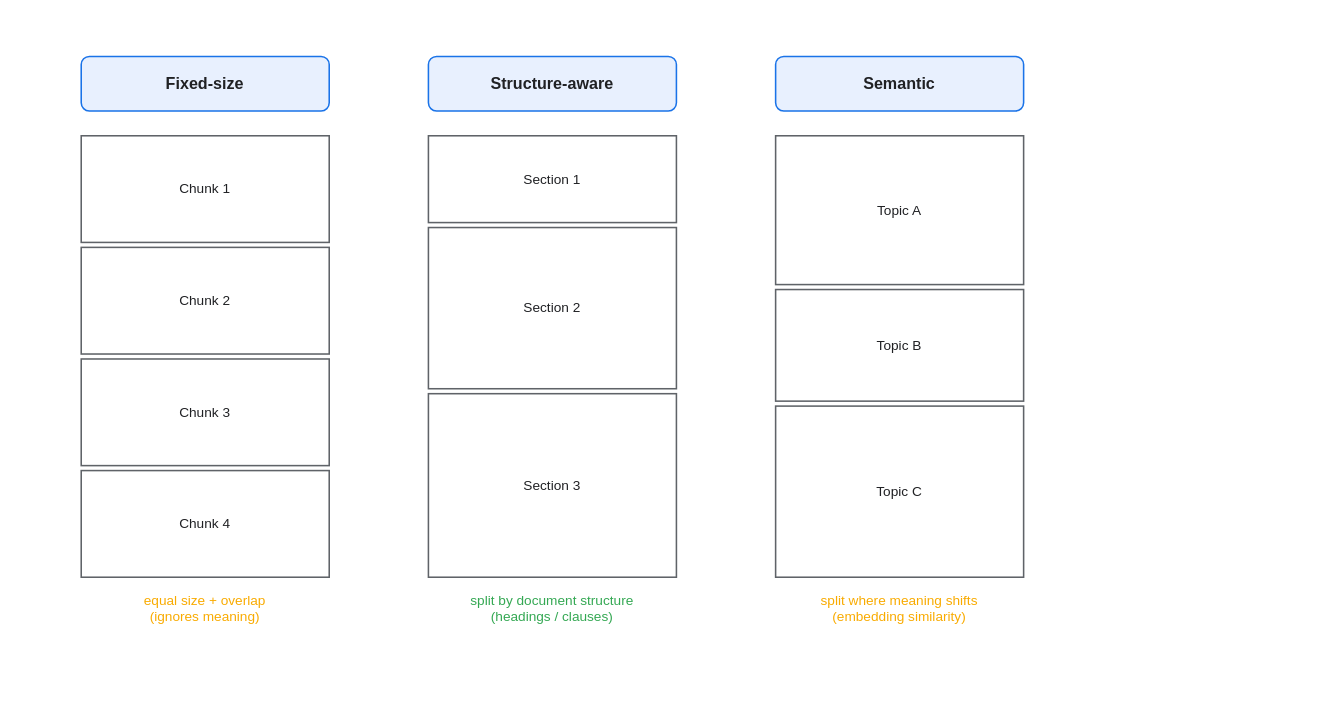
Before: assets/img/ai/rag-02-chunking-strategies.drawio in KKamJi98/kkamji98.github.io, a draw.io diagram. Source tidied: cells renumbered, new cells numbered last; positions are measured from the earlier drawing's top-left corner, leaving out a move shared by most shapes. Both pictures are drawn from the tidied source at 124%, with x=0, y=0 at pixel (81, 56).
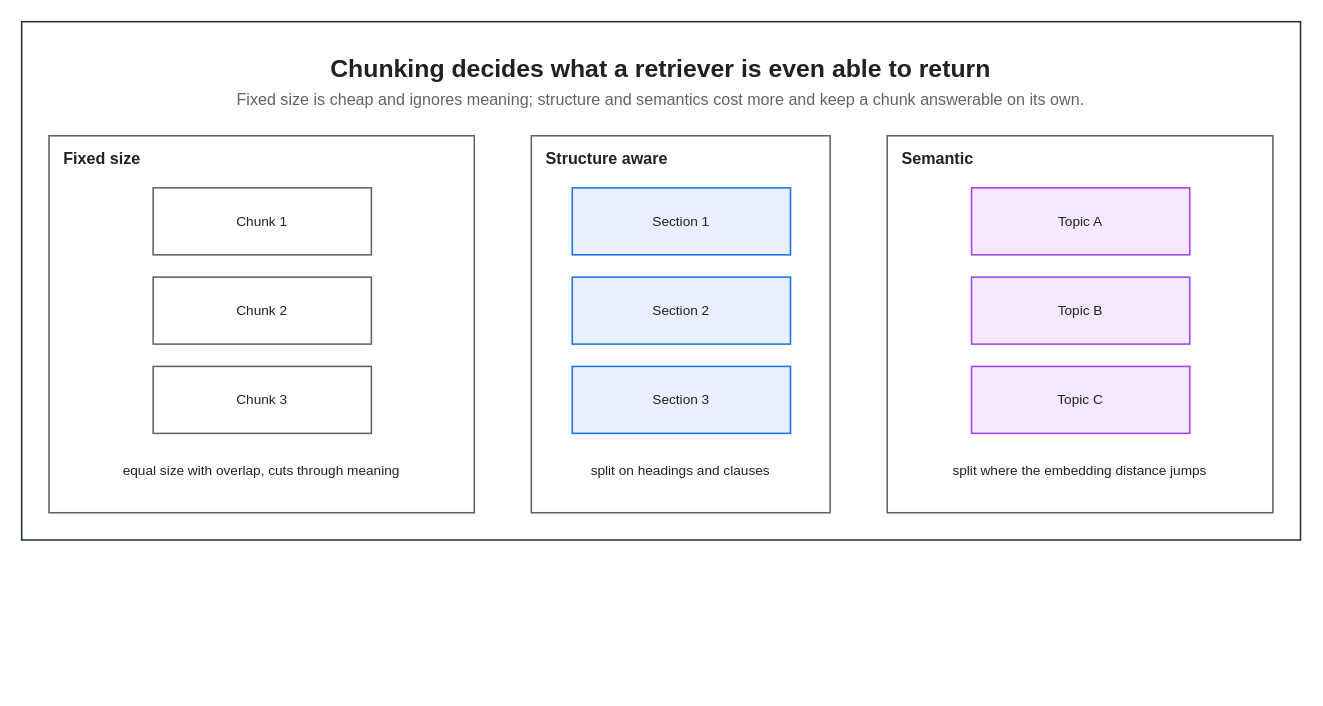
After the change.

The edit, as a diff of the source:
```diff
@@
 <mxGraphModel background="#FFFFFF">
   <root>
     <mxCell id="0" />
     <mxCell id="1" parent="0" />
-    <mxCell id="2" value="Fixed-size" style="rounded=1;whiteSpace=wrap;html=0;fillColor=#E8F0FE;strokeColor=#1A73E8;shadow=0;fontSize=13;fontStyle=1;fontColor=#202124;strokeWidth=1.25;" parent="1" vertex="1">
-      <mxGeometry width="200" height="44" as="geometry" />
-    </mxCell>
-    <mxCell id="3" value="Structure-aware" style="rounded=1;whiteSpace=wrap;html=0;fillColor=#E8F0FE;strokeColor=#1A73E8;shadow=0;fontSize=13;fontStyle=1;fontColor=#202124;strokeWidth=1.25;" parent="1" vertex="1">
-      <mxGeometry x="280" width="200" height="44" as="geometry" />
-    </mxCell>
+    <mxCell id="18" style="rounded=0;html=0;fillColor=none;strokeColor=#232F3E;fontColor=#202124;strokeWidth=1.25;" parent="1" vertex="1">
+      <mxGeometry x="-48" y="-28" width="1031.3" height="418" as="geometry" />
+    </mxCell>
+    <mxCell id="19" value="Chunking decides what a retriever is even able to return" style="text;html=0;whiteSpace=wrap;fillColor=none;strokeColor=none;fontColor=#202124;fontSize=20;fontStyle=1;align=center;verticalAlign=middle;" parent="1" vertex="1">
+      <mxGeometry x="-26" y="-6" width="987.3" height="30" as="geometry" />
+    </mxCell>
+    <mxCell id="20" value="Fixed size is cheap and ignores meaning; structure and semantics cost more and keep a chunk answerable on its own." style="text;html=0;whiteSpace=wrap;fillColor=none;strokeColor=none;fontColor=#5F6368;fontSize=13;fontStyle=0;align=center;verticalAlign=middle;" parent="1" vertex="1">
+      <mxGeometry x="-26" y="24" width="987.3" height="22" as="geometry" />
+    </mxCell>
+    <mxCell id="21" value="Fixed size" style="rounded=0;whiteSpace=wrap;html=0;fillColor=none;strokeColor=#5F6368;fontColor=#202124;fontSize=13;fontStyle=1;align=left;verticalAlign=top;spacingLeft=10;spacingTop=4;strokeWidth=1.25;dashed=0;" parent="1" vertex="1">
+      <mxGeometry x="-26" y="64" width="343" height="304" as="geometry" />
+    </mxCell>
+    <mxCell id="22" value="Structure aware" style="rounded=0;whiteSpace=wrap;html=0;fillColor=none;strokeColor=#5F6368;fontColor=#202124;fontSize=13;fontStyle=1;align=left;verticalAlign=top;spacingLeft=10;spacingTop=4;strokeWidth=1.25;dashed=0;" parent="1" vertex="1">
+      <mxGeometry x="363" y="64" width="241" height="304" as="geometry" />
+    </mxCell>
-    <mxCell id="4" value="Semantic" style="rounded=1;whiteSpace=wrap;html=0;fillColor=#E8F0FE;strokeColor=#1A73E8;shadow=0;fontSize=13;fontStyle=1;fontColor=#202124;strokeWidth=1.25;" parent="1" vertex="1">
-      <mxGeometry x="560" width="200" height="44" as="geometry" />
+    <mxCell id="4" value="Semantic" style="rounded=0;whiteSpace=wrap;html=0;fillColor=none;strokeColor=#5F6368;fontColor=#202124;fontSize=13;fontStyle=1;align=left;verticalAlign=top;spacingLeft=10;spacingTop=4;strokeWidth=1.25;dashed=0;" parent="1" vertex="1">
+      <mxGeometry x="650" y="64" width="311" height="304" as="geometry" />
     </mxCell>
-    <mxCell id="5" value="Chunk 1" style="rounded=0;whiteSpace=wrap;html=0;fillColor=#FFFFFF;strokeColor=#5F6368;shadow=0;fontSize=11;fontColor=#202124;strokeWidth=1.25;" parent="1" vertex="1">
-      <mxGeometry y="64" width="200" height="86" as="geometry" />
+    <mxCell id="5" value="Chunk 1" style="rounded=0;whiteSpace=wrap;html=0;fillColor=#FFFFFF;strokeColor=#5F6368;fontColor=#202124;fontSize=11;fontStyle=0;align=center;verticalAlign=middle;spacingLeft=6;spacingRight=6;strokeWidth=1.25;" parent="1" vertex="1">
+      <mxGeometry x="58" y="106" width="176" height="54" as="geometry" />
     </mxCell>
-    <mxCell id="6" value="Chunk 2" style="rounded=0;whiteSpace=wrap;html=0;fillColor=#FFFFFF;strokeColor=#5F6368;shadow=0;fontSize=11;fontColor=#202124;strokeWidth=1.25;" parent="1" vertex="1">
-      <mxGeometry y="154" width="200" height="86" as="geometry" />
+    <mxCell id="6" value="Chunk 2" style="rounded=0;whiteSpace=wrap;html=0;fillColor=#FFFFFF;strokeColor=#5F6368;fontColor=#202124;fontSize=11;fontStyle=0;align=center;verticalAlign=middle;spacingLeft=6;spacingRight=6;strokeWidth=1.25;" parent="1" vertex="1">
+      <mxGeometry x="58" y="178" width="176" height="54" as="geometry" />
     </mxCell>
-    <mxCell id="7" value="Chunk 3" style="rounded=0;whiteSpace=wrap;html=0;fillColor=#FFFFFF;strokeColor=#5F6368;shadow=0;fontSize=11;fontColor=#202124;strokeWidth=1.25;" parent="1" vertex="1">
-      <mxGeometry y="244" width="200" height="86" as="geometry" />
+    <mxCell id="7" value="Chunk 3" style="rounded=0;whiteSpace=wrap;html=0;fillColor=#FFFFFF;strokeColor=#5F6368;fontColor=#202124;fontSize=11;fontStyle=0;align=center;verticalAlign=middle;spacingLeft=6;spacingRight=6;strokeWidth=1.25;" parent="1" vertex="1">
+      <mxGeometry x="58" y="250" width="176" height="54" as="geometry" />
     </mxCell>
-    <mxCell id="8" value="Chunk 4" style="rounded=0;whiteSpace=wrap;html=0;fillColor=#FFFFFF;strokeColor=#5F6368;shadow=0;fontSize=11;fontColor=#202124;strokeWidth=1.25;" parent="1" vertex="1">
-      <mxGeometry y="334" width="200" height="86" as="geometry" />
-    </mxCell>
-    <mxCell id="9" value="equal size + overlap&#10;(ignores meaning)" style="text;html=0;align=center;fontSize=11;fontColor=#F9AB00;" parent="1" vertex="1">
-      <mxGeometry y="426" width="200" height="80" as="geometry" />
+    <mxCell id="9" value="equal size with overlap, cuts through meaning" style="text;html=0;whiteSpace=wrap;fillColor=none;strokeColor=none;fontColor=#202124;fontSize=11;fontStyle=0;align=center;verticalAlign=middle;" parent="1" vertex="1">
+      <mxGeometry x="-4" y="322" width="299" height="24" as="geometry" />
     </mxCell>
-    <mxCell id="10" value="Section 1" style="rounded=0;whiteSpace=wrap;html=0;fillColor=#FFFFFF;strokeColor=#5F6368;shadow=0;fontSize=11;fontColor=#202124;strokeWidth=1.25;" parent="1" vertex="1">
-      <mxGeometry x="280" y="64" width="200" height="70" as="geometry" />
+    <mxCell id="10" value="Section 1" style="rounded=0;whiteSpace=wrap;html=0;fillColor=#E8F0FE;strokeColor=#1A73E8;fontColor=#202124;fontSize=11;fontStyle=0;align=center;verticalAlign=middle;spacingLeft=6;spacingRight=6;strokeWidth=1.25;" parent="1" vertex="1">
+      <mxGeometry x="396" y="106" width="176" height="54" as="geometry" />
     </mxCell>
-    <mxCell id="11" value="Section 2" style="rounded=0;whiteSpace=wrap;html=0;fillColor=#FFFFFF;strokeColor=#5F6368;shadow=0;fontSize=11;fontColor=#202124;strokeWidth=1.25;" parent="1" vertex="1">
-      <mxGeometry x="280" y="138" width="200" height="130" as="geometry" />
+    <mxCell id="11" value="Section 2" style="rounded=0;whiteSpace=wrap;html=0;fillColor=#E8F0FE;strokeColor=#1A73E8;fontColor=#202124;fontSize=11;fontStyle=0;align=center;verticalAlign=middle;spacingLeft=6;spacingRight=6;strokeWidth=1.25;" parent="1" vertex="1">
+      <mxGeometry x="396" y="178" width="176" height="54" as="geometry" />
     </mxCell>
-    <mxCell id="12" value="Section 3" style="rounded=0;whiteSpace=wrap;html=0;fillColor=#FFFFFF;strokeColor=#5F6368;shadow=0;fontSize=11;fontColor=#202124;strokeWidth=1.25;" parent="1" vertex="1">
-      <mxGeometry x="280" y="272" width="200" height="148" as="geometry" />
+    <mxCell id="12" value="Section 3" style="rounded=0;whiteSpace=wrap;html=0;fillColor=#E8F0FE;strokeColor=#1A73E8;fontColor=#202124;fontSize=11;fontStyle=0;align=center;verticalAlign=middle;spacingLeft=6;spacingRight=6;strokeWidth=1.25;" parent="1" vertex="1">
+      <mxGeometry x="396" y="250" width="176" height="54" as="geometry" />
     </mxCell>
-    <mxCell id="13" value="split by document structure&#10;(headings / clauses)" style="text;html=0;align=center;fontSize=11;fontColor=#34A853;" parent="1" vertex="1">
-      <mxGeometry x="280" y="426" width="200" height="80" as="geometry" />
+    <mxCell id="13" value="split on headings and clauses" style="text;html=0;whiteSpace=wrap;fillColor=none;strokeColor=none;fontColor=#202124;fontSize=11;fontStyle=0;align=center;verticalAlign=middle;" parent="1" vertex="1">
+      <mxGeometry x="385" y="322" width="197" height="24" as="geometry" />
     </mxCell>
-    <mxCell id="14" value="Topic A" style="rounded=0;whiteSpace=wrap;html=0;fillColor=#FFFFFF;strokeColor=#5F6368;shadow=0;fontSize=11;fontColor=#202124;strokeWidth=1.25;" parent="1" vertex="1">
-      <mxGeometry x="560" y="64" width="200" height="120" as="geometry" />
+    <mxCell id="14" value="Topic A" style="rounded=0;whiteSpace=wrap;html=0;fillColor=#F3E8FD;strokeColor=#A142F4;fontColor=#202124;fontSize=11;fontStyle=0;align=center;verticalAlign=middle;spacingLeft=6;spacingRight=6;strokeWidth=1.25;" parent="1" vertex="1">
+      <mxGeometry x="718" y="106" width="176" height="54" as="geometry" />
     </mxCell>
-    <mxCell id="15" value="Topic B" style="rounded=0;whiteSpace=wrap;html=0;fillColor=#FFFFFF;strokeColor=#5F6368;shadow=0;fontSize=11;fontColor=#202124;strokeWidth=1.25;" parent="1" vertex="1">
-      <mxGeometry x="560" y="188" width="200" height="90" as="geometry" />
+    <mxCell id="15" value="Topic B" style="rounded=0;whiteSpace=wrap;html=0;fillColor=#F3E8FD;strokeColor=#A142F4;fontColor=#202124;fontSize=11;fontStyle=0;align=center;verticalAlign=middle;spacingLeft=6;spacingRight=6;strokeWidth=1.25;" parent="1" vertex="1">
+      <mxGeometry x="718" y="178" width="176" height="54" as="geometry" />
     </mxCell>
-    <mxCell id="16" value="Topic C" style="rounded=0;whiteSpace=wrap;html=0;fillColor=#FFFFFF;strokeColor=#5F6368;shadow=0;fontSize=11;fontColor=#202124;strokeWidth=1.25;" parent="1" vertex="1">
-      <mxGeometry x="560" y="282" width="200" height="138" as="geometry" />
+    <mxCell id="16" value="Topic C" style="rounded=0;whiteSpace=wrap;html=0;fillColor=#F3E8FD;strokeColor=#A142F4;fontColor=#202124;fontSize=11;fontStyle=0;align=center;verticalAlign=middle;spacingLeft=6;spacingRight=6;strokeWidth=1.25;" parent="1" vertex="1">
+      <mxGeometry x="718" y="250" width="176" height="54" as="geometry" />
     </mxCell>
-    <mxCell id="17" value="split where meaning shifts&#10;(embedding similarity)" style="text;html=0;align=center;fontSize=11;fontColor=#F9AB00;" parent="1" vertex="1">
-      <mxGeometry x="560" y="426" width="200" height="80" as="geometry" />
+    <mxCell id="17" value="split where the embedding distance jumps" style="text;html=0;whiteSpace=wrap;fillColor=none;strokeColor=none;fontColor=#202124;fontSize=11;fontStyle=0;align=center;verticalAlign=middle;" parent="1" vertex="1">
+      <mxGeometry x="672" y="322" width="267" height="24" as="geometry" />
     </mxCell>
   </root>
 </mxGraphModel>
```
